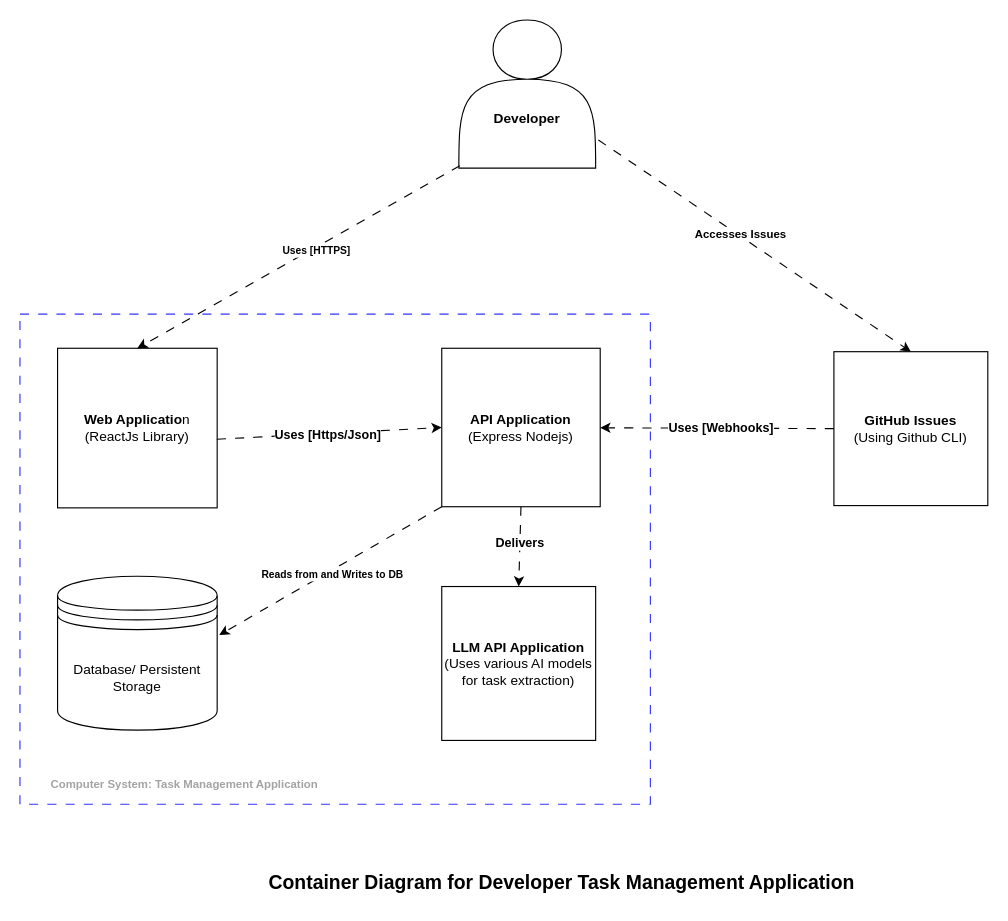
Before: .THE OFFICE/ContainerDiagram.drawio in eZweni-Projects/DevMGMT, a draw.io diagram. Source tidied: cells renumbered, new cells numbered last; positions are measured from the earlier drawing's top-left corner, leaving out a move shared by most shapes. Both pictures are drawn from the tidied source at 114%, with x=0, y=0 at pixel (19, 19).
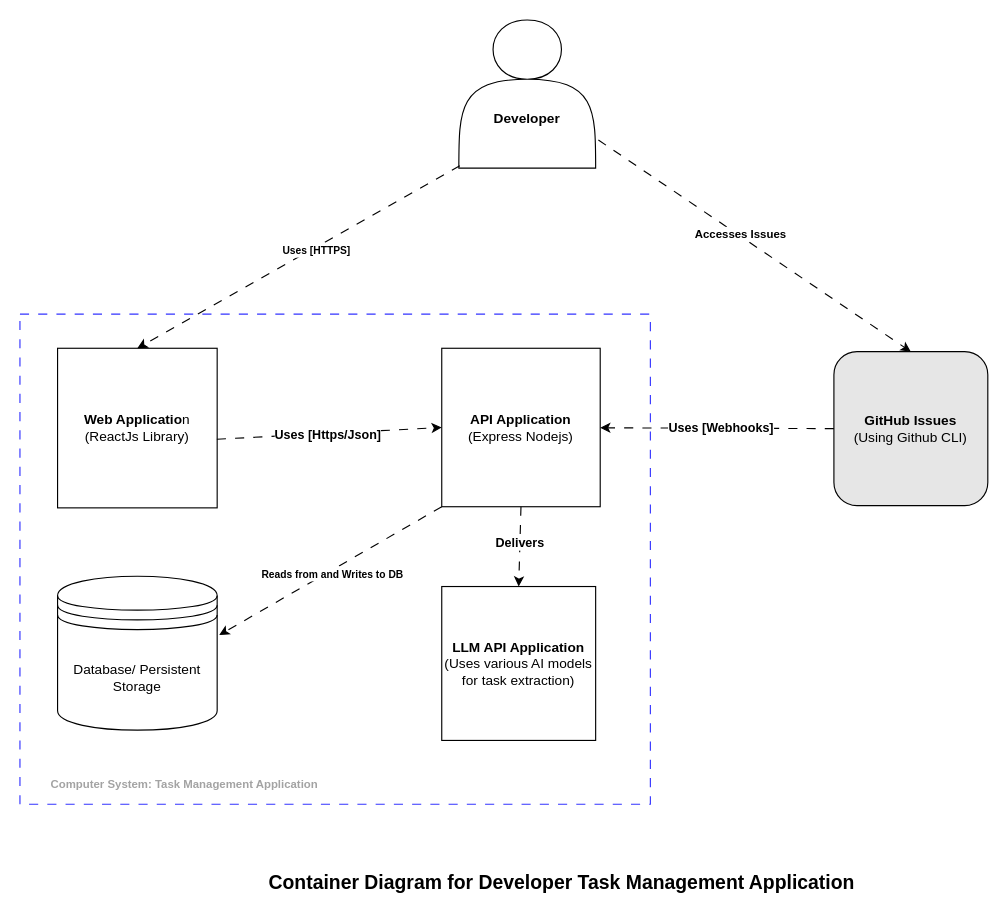
After the change.

Diff of the diagram source:
```diff
@@
-    <mxCell id="18" value="&lt;b&gt;GitHub Issues&lt;/b&gt;&lt;div&gt;(Using Github CLI)&lt;/div&gt;" style="whiteSpace=wrap;html=1;" parent="1" vertex="1">
+    <mxCell id="18" value="&lt;b&gt;GitHub Issues&lt;/b&gt;&lt;div&gt;(Using Github CLI)&lt;/div&gt;" style="whiteSpace=wrap;html=1;fillColor=#E6E6E6;rounded=1;" parent="1" vertex="1">
       <mxGeometry x="714" y="291" width="135" height="135" as="geometry" />
     </mxCell>
```
